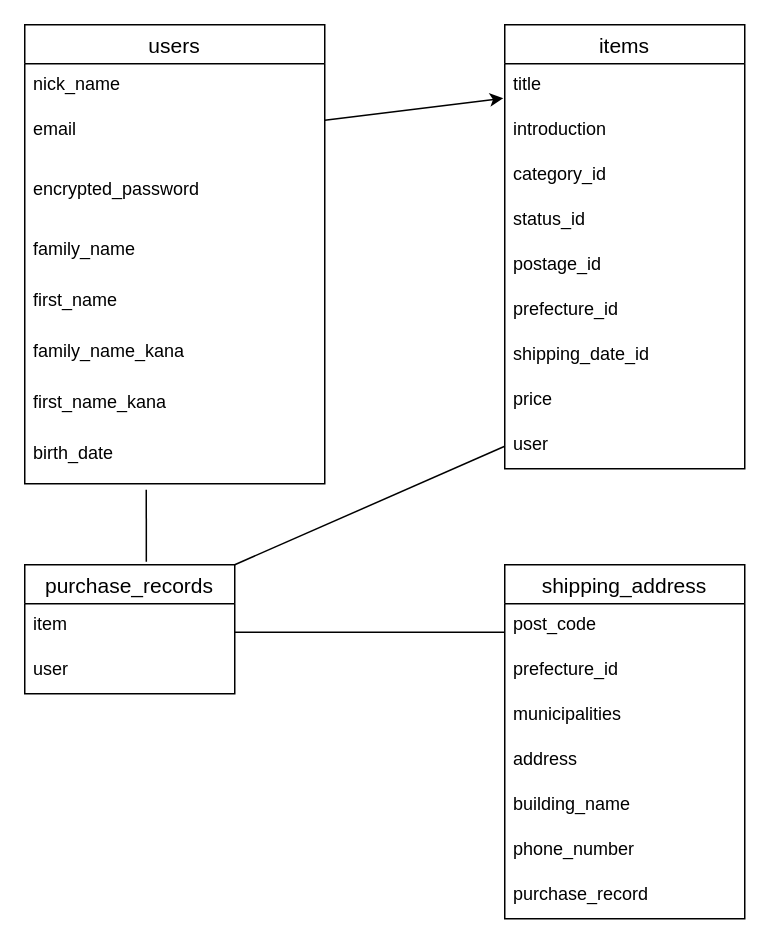
The draw.io diagram furima.dio in hiroki0602/furima-37865, before the edit. Source tidied: cells renumbered, new cells numbered last; positions are measured from the earlier drawing's top-left corner, leaving out a move shared by most shapes. Both pictures are drawn from the tidied source at 150%, with x=0, y=0 at pixel (24, 24).
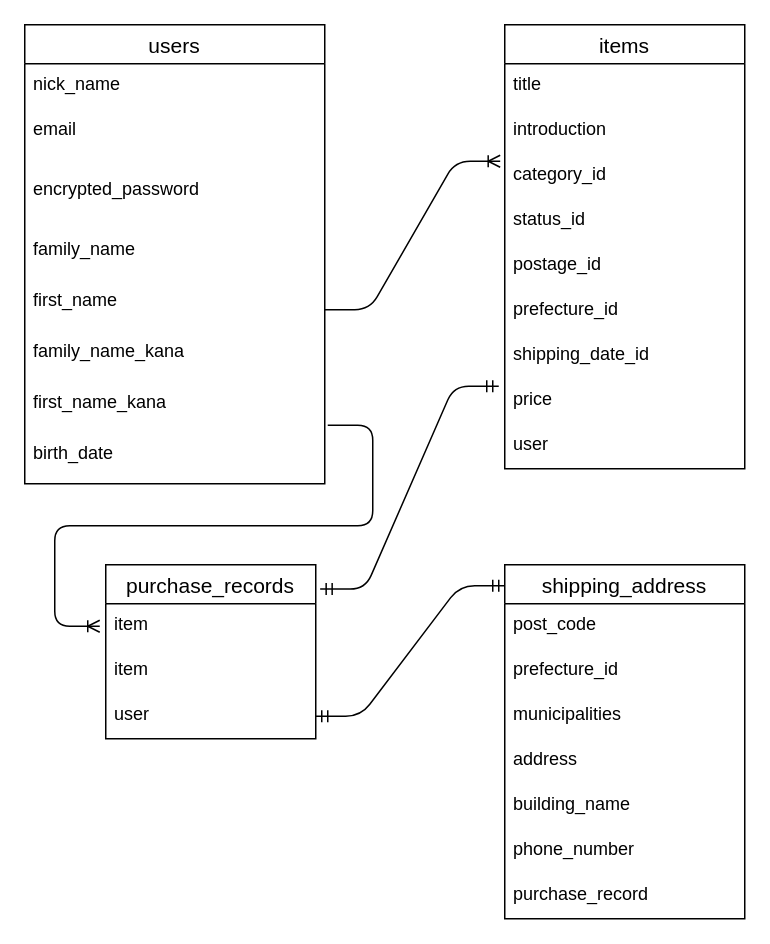
After the change.

Commit message (it also covers changes not shown here):
READ.MEほか修正5回目

Unchanged cells that the change refers to:
```xml
<mxCell id="4" value="email" style="text;strokeColor=none;fillColor=none;spacingLeft=4;spacingRight=4;overflow=hidden;points=[[0,0.5],[1,0.5]];portConstraint=eastwest;fontSize=12;" parent="2" vertex="1">
  <mxGeometry y="56" width="200" height="40" as="geometry" />
</mxCell>
<mxCell id="10" value="birth_date" style="text;strokeColor=none;fillColor=none;spacingLeft=4;spacingRight=4;overflow=hidden;points=[[0,0.5],[1,0.5]];portConstraint=eastwest;fontSize=12;" parent="2" vertex="1">
  <mxGeometry y="272" width="200" height="34" as="geometry" />
</mxCell>
<mxCell id="12" value="title" style="text;strokeColor=none;fillColor=none;spacingLeft=4;spacingRight=4;overflow=hidden;points=[[0,0.5],[1,0.5]];portConstraint=eastwest;fontSize=12;" parent="11" vertex="1">
  <mxGeometry y="26" width="160" height="30" as="geometry" />
</mxCell>
<mxCell id="14" value="category_id" style="text;strokeColor=none;fillColor=none;spacingLeft=4;spacingRight=4;overflow=hidden;points=[[0,0.5],[1,0.5]];portConstraint=eastwest;fontSize=12;" parent="11" vertex="1">
  <mxGeometry y="86" width="160" height="30" as="geometry" />
</mxCell>
<mxCell id="19" value="price" style="text;strokeColor=none;fillColor=none;spacingLeft=4;spacingRight=4;overflow=hidden;points=[[0,0.5],[1,0.5]];portConstraint=eastwest;fontSize=12;" parent="11" vertex="1">
  <mxGeometry y="236" width="160" height="30" as="geometry" />
</mxCell>
<mxCell id="20" value="user" style="text;strokeColor=none;fillColor=none;spacingLeft=4;spacingRight=4;overflow=hidden;points=[[0,0.5],[1,0.5]];portConstraint=eastwest;fontSize=12;" parent="11" vertex="1">
  <mxGeometry y="266" width="160" height="30" as="geometry" />
</mxCell>
<mxCell id="24" value="shipping_address" style="swimlane;fontStyle=0;horizontal=1;startSize=26;align=center;fontSize=14;" parent="1" vertex="1">
  <mxGeometry x="320" y="360" width="160" height="236" as="geometry" />
</mxCell>
```

What changed in the source:
```diff
@@
     <mxCell id="21" value="purchase_records" style="swimlane;fontStyle=0;horizontal=1;startSize=26;align=center;fontSize=14;" parent="1" vertex="1">
-      <mxGeometry y="360" width="140" height="86" as="geometry" />
+      <mxGeometry x="54" y="360" width="140" height="116" as="geometry" />
     </mxCell>
+    <mxCell id="36" value="item" style="text;strokeColor=none;fillColor=none;spacingLeft=4;spacingRight=4;overflow=hidden;fontSize=12;" parent="21" vertex="1">
+      <mxGeometry y="26" width="140" height="30" as="geometry" />
+    </mxCell>
     <mxCell id="22" value="item" style="text;strokeColor=none;fillColor=none;spacingLeft=4;spacingRight=4;overflow=hidden;fontSize=12;" parent="21" vertex="1">
-      <mxGeometry y="26" width="140" height="30" as="geometry" />
+      <mxGeometry y="56" width="140" height="30" as="geometry" />
     </mxCell>
     <mxCell id="23" value="user&#10;" style="text;strokeColor=none;fillColor=none;spacingLeft=4;spacingRight=4;overflow=hidden;points=[[0,0.5],[1,0.5]];portConstraint=eastwest;fontSize=12;" parent="21" vertex="1">
-      <mxGeometry y="56" width="140" height="30" as="geometry" />
+      <mxGeometry y="86" width="140" height="30" as="geometry" />
     </mxCell>
@@
-    <mxCell id="32" style="line;strokeWidth=1;dashed=0;labelPosition=right;align=left;verticalAlign=middle;spacingTop=0;spacingLeft=6;" parent="1" vertex="1">
-      <mxGeometry x="140" y="400" width="180" height="10" as="geometry" />
-    </mxCell>
-    <mxCell id="33" style="edgeStyle=none;html=1;entryX=-0.006;entryY=0.767;entryDx=0;entryDy=0;entryPerimeter=0;" parent="1" edge="1" source="4" target="12">
-      <mxGeometry relative="1" as="geometry" />
-    </mxCell>
-    <mxCell id="34" style="edgeStyle=none;html=1;entryX=0.579;entryY=-0.023;entryDx=0;entryDy=0;entryPerimeter=0;endArrow=none;endFill=0;" parent="1" edge="1" target="21">
-      <mxGeometry relative="1" as="geometry">
-        <mxPoint x="81" y="310" as="sourcePoint" />
-      </mxGeometry>
-    </mxCell>
-    <mxCell id="35" style="edgeStyle=none;html=1;exitX=0;exitY=0.5;exitDx=0;exitDy=0;entryX=1;entryY=0;entryDx=0;entryDy=0;endArrow=none;endFill=0;" parent="1" edge="1" source="20" target="21">
-      <mxGeometry relative="1" as="geometry" />
-    </mxCell>
+    <mxCell id="37" style="edgeStyle=entityRelationEdgeStyle;fontSize=12;html=1;endArrow=ERmandOne;startArrow=ERmandOne;entryX=-0.025;entryY=0.167;entryDx=0;entryDy=0;entryPerimeter=0;exitX=1.021;exitY=0.14;exitDx=0;exitDy=0;exitPerimeter=0;" parent="1" edge="1" source="21" target="19">
+      <mxGeometry relative="1" as="geometry" />
+    </mxCell>
+    <mxCell id="38" style="edgeStyle=entityRelationEdgeStyle;fontSize=12;html=1;endArrow=ERmandOne;startArrow=ERmandOne;entryX=0;entryY=0.059;entryDx=0;entryDy=0;entryPerimeter=0;exitX=1;exitY=0.5;exitDx=0;exitDy=0;" parent="1" edge="1" source="23" target="24">
+      <mxGeometry relative="1" as="geometry" />
+    </mxCell>
+    <mxCell id="39" style="edgeStyle=entityRelationEdgeStyle;fontSize=12;html=1;endArrow=ERoneToMany;entryX=-0.019;entryY=0.167;entryDx=0;entryDy=0;entryPerimeter=0;" parent="1" edge="1" target="14">
+      <mxGeometry relative="1" as="geometry">
+        <mxPoint x="200" y="190" as="sourcePoint" />
+      </mxGeometry>
+    </mxCell>
+    <mxCell id="40" style="edgeStyle=entityRelationEdgeStyle;fontSize=12;html=1;endArrow=ERoneToMany;exitX=1.01;exitY=-0.147;exitDx=0;exitDy=0;exitPerimeter=0;" parent="1" edge="1" source="10">
+      <mxGeometry relative="1" as="geometry">
+        <mxPoint x="50" y="401" as="targetPoint" />
+      </mxGeometry>
+    </mxCell>
```
